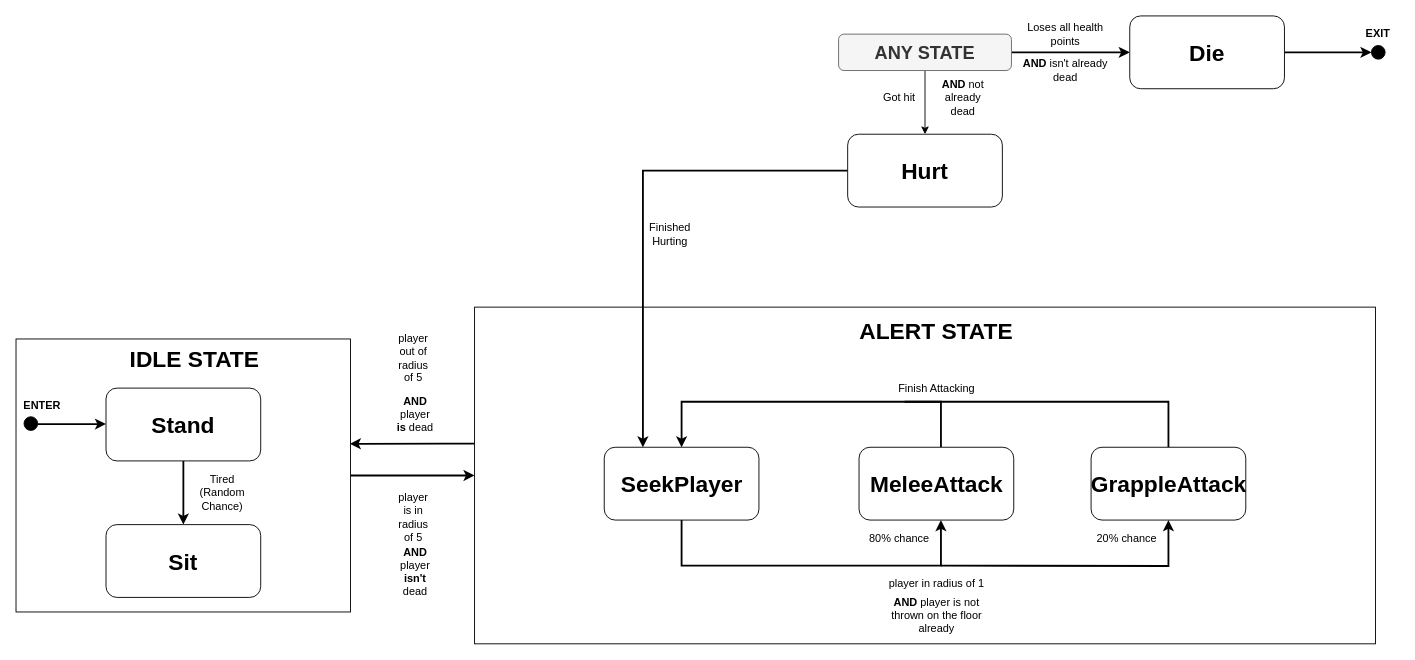
This is page "Page-3" (2 of 2) of player_fsm.drawio from Aster0/GMAI_Project, a draw.io file, before an edit. Source tidied: cells renumbered, new cells numbered last; positions are measured from the earlier drawing's top-left corner, leaving out a move shared by most shapes. Both pictures are drawn from the tidied source at 91%, with x=0, y=0 at pixel (15, 15).
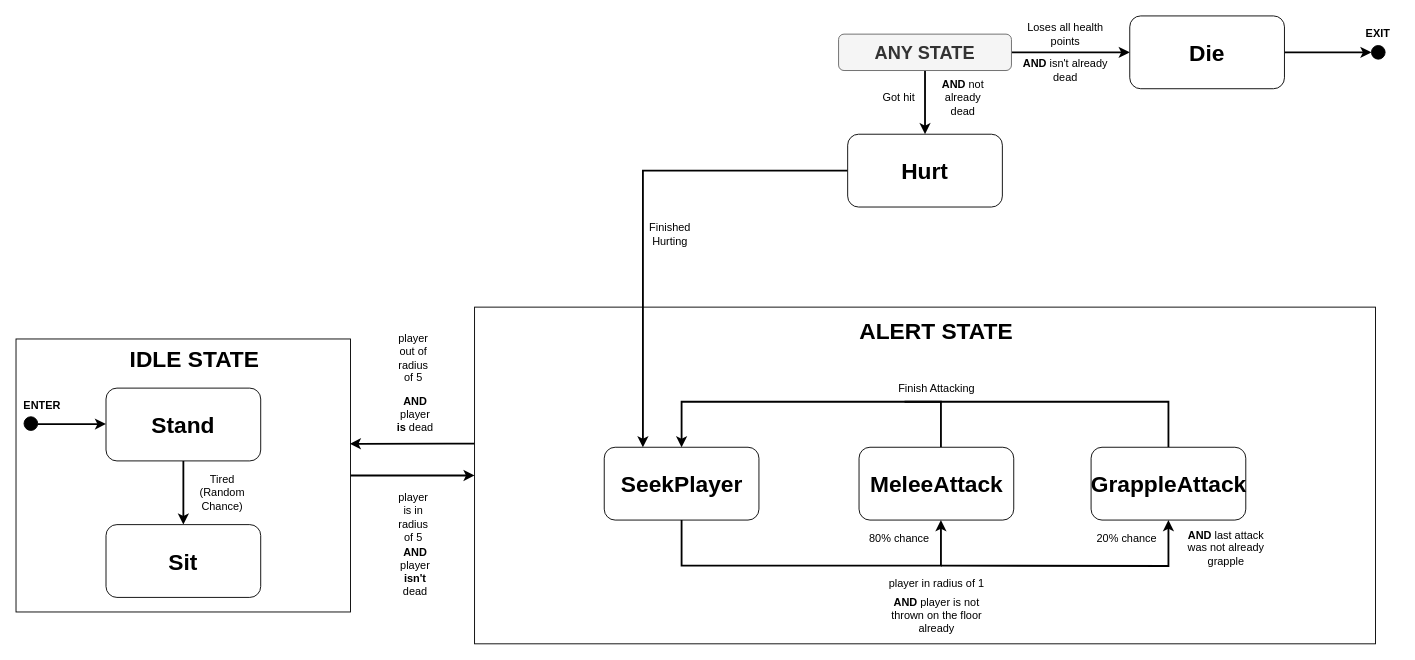
The same diagram, later.

The change refers to these unchanged cells:
```xml
<mxCell id="23" value="&lt;span style=&quot;font-size: 25px;&quot;&gt;&lt;b&gt;Hurt&lt;/b&gt;&lt;/span&gt;" style="rounded=1;whiteSpace=wrap;html=1;" parent="1" vertex="1">
  <mxGeometry x="914" y="130" width="170" height="80" as="geometry" />
</mxCell>
<mxCell id="34" value="&lt;span style=&quot;font-size: 20px;&quot;&gt;&lt;b&gt;ANY STATE&lt;/b&gt;&lt;/span&gt;" style="rounded=1;whiteSpace=wrap;html=1;fillColor=#f5f5f5;strokeColor=#666666;fontColor=#333333;" parent="1" vertex="1">
  <mxGeometry x="904" y="20" width="190" height="40" as="geometry" />
</mxCell>
```

Change to the diagram source:
```diff
@@
-    <mxCell id="32" style="edgeStyle=orthogonalEdgeStyle;rounded=0;jettySize=auto;html=1;entryX=0.5;entryY=0;entryDx=0;entryDy=0;" parent="1" edge="1" source="34" target="23">
+    <mxCell id="32" style="edgeStyle=orthogonalEdgeStyle;rounded=0;jettySize=auto;html=1;entryX=0.5;entryY=0;entryDx=0;entryDy=0;strokeWidth=2;" parent="1" edge="1" source="34" target="23">
       <mxGeometry relative="1" as="geometry" />
     </mxCell>
@@
     <mxCell id="44" value="Got hit" style="text;html=1;strokeColor=none;fillColor=none;align=center;verticalAlign=middle;whiteSpace=wrap;rounded=0;fontSize=12;fontStyle=0;" parent="1" vertex="1">
-      <mxGeometry x="935.5" y="70" width="70" height="40" as="geometry" />
+      <mxGeometry x="935.5" y="70" width="68.5" height="40" as="geometry" />
     </mxCell>
+    <mxCell id="45" value="&lt;b&gt;AND &lt;/b&gt;last attack was not already grapple" style="text;html=1;strokeColor=none;fillColor=none;align=center;verticalAlign=middle;whiteSpace=wrap;rounded=0;fontSize=12;fontStyle=0;" parent="1" vertex="1">
+      <mxGeometry x="1284.6" y="554" width="90" height="62" as="geometry" />
+    </mxCell>
```
